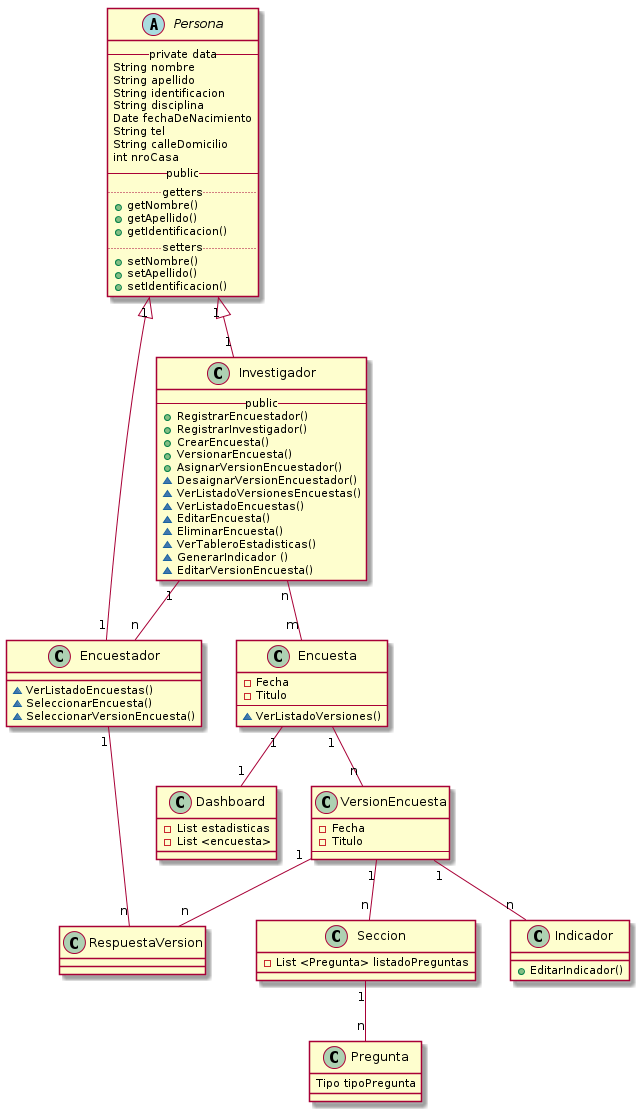
Earlier version of the PlantUML export dominio-movilidad.png (pablojaviersosa/AyD-notas-2019).
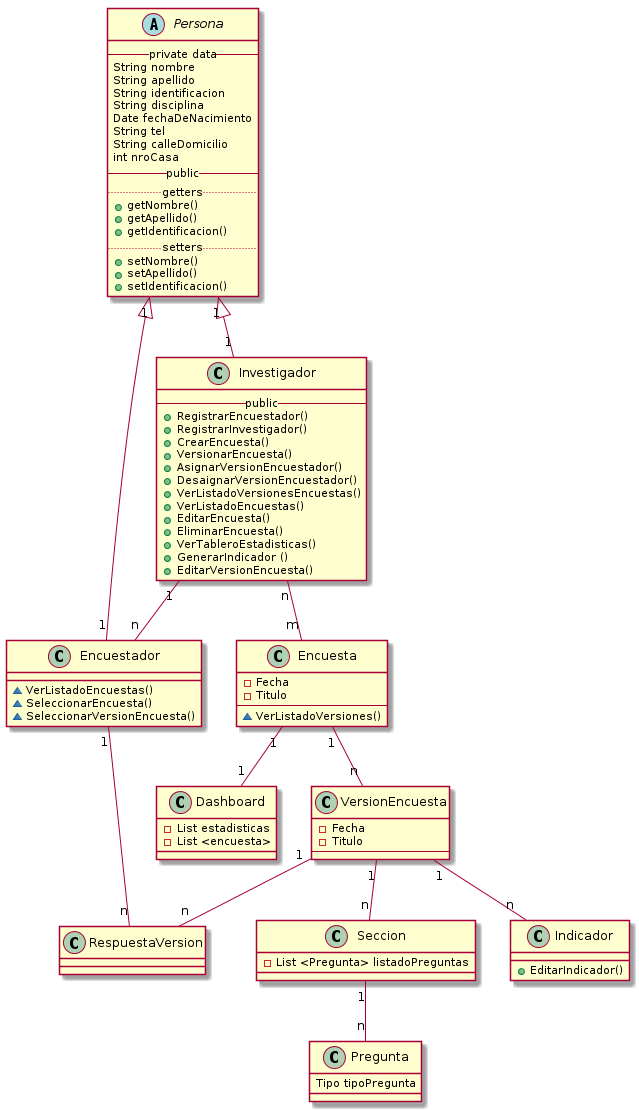
Later version of the same file.

Commit message:
Modificaciones en el modelo del dominio

Change to the diagram source:
```diff
@@ -28,14 +28,14 @@
 + CrearEncuesta()
 + VersionarEncuesta()
 + AsignarVersionEncuestador()
-~ DesaignarVersionEncuestador()
-~ VerListadoVersionesEncuestas()
-~ VerListadoEncuestas()
-~ EditarEncuesta()
-~ EliminarEncuesta()
-~ VerTableroEstadisticas()
-~ GenerarIndicador ()
-~ EditarVersionEncuesta()
++ DesaignarVersionEncuestador()
++ VerListadoVersionesEncuestas()
++ VerListadoEncuestas()
++ EditarEncuesta()
++ EliminarEncuesta()
++ VerTableroEstadisticas()
++ GenerarIndicador ()
++ EditarVersionEncuesta()
 }
 class Seccion{
 -    List <Pregunta> listadoPreguntas
```
